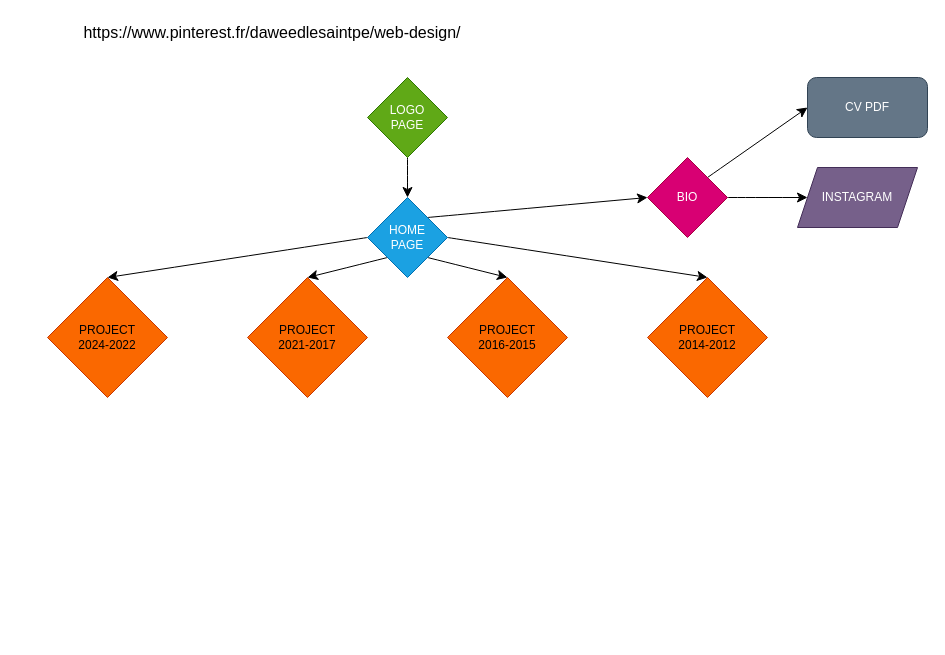
Earlier version of the draw.io diagram Web-Site-Architecture.drawio (SantoLeSaintPere/SITE-WEB). Source tidied: cells renumbered, new cells numbered last; positions are measured from the earlier drawing's top-left corner, leaving out a move shared by most shapes. Both pictures are drawn from the tidied source at 100%, with x=0, y=0 at pixel (17, 17).
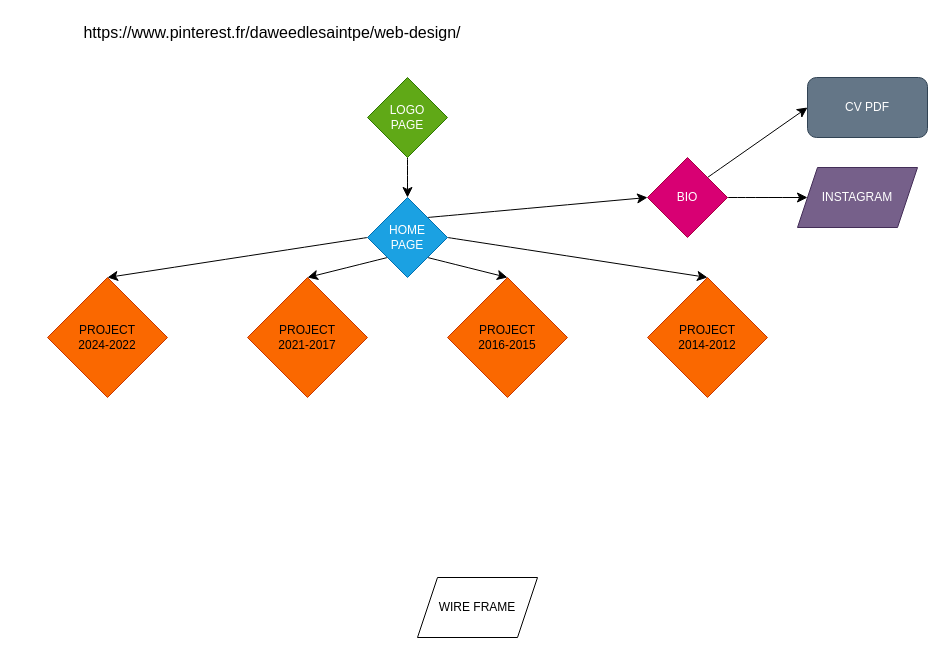
The same page after the edit.

Change to the diagram source:
```diff
@@
+    <mxCell id="20" value="WIRE FRAME" style="shape=parallelogram;perimeter=parallelogramPerimeter;whiteSpace=wrap;html=1;fixedSize=1;" parent="1" vertex="1">
+      <mxGeometry x="400" y="560" width="120" height="60" as="geometry" />
+    </mxCell>
```
